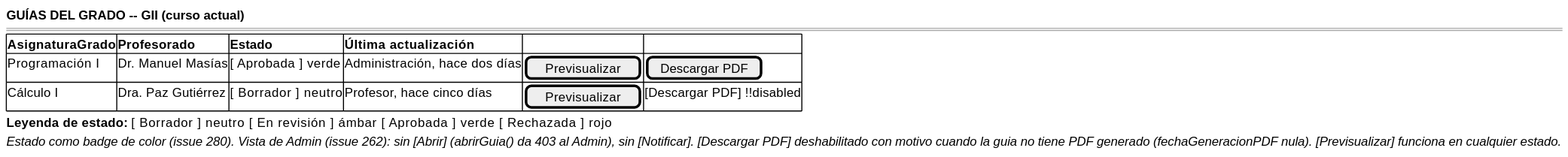
Before: images/RUP/01-requisitos/03-detalle-casos-uso/consultarEstadoGuias/wireframe-admin.svg, a diagram exported from PlantUML (mmasias/pyCeldaPublico). Its diagram source:
```plantuml
@startsalt consultarEstadoGuias-wireframe-admin
{
    <b>GUÍAS DEL GRADO -- GII (curso actual)</b>
    ====
    {#
        <b>AsignaturaGrado | <b>Profesorado | <b>Estado | <b>Última actualización | . | .
        Programación I | Dr. Manuel Masías | [ Aprobada ] verde | Administración, hace dos días | [Previsualizar] | [Descargar PDF]
        Cálculo I | Dra. Paz Gutiérrez | [ Borrador ] neutro | Profesor, hace cinco días | [Previsualizar] | [Descargar PDF] !!disabled
    }
    <b>Leyenda de estado:</b> [ Borrador ] neutro   [ En revisión ] ámbar   [ Aprobada ] verde   [ Rechazada ] rojo
    <i>Estado como badge de color (issue 280). Vista de Admin (issue 262): sin [Abrir] (abrirGuia() da 403 al Admin), sin [Notificar]. [Descargar PDF] deshabilitado con motivo cuando la guia no tiene PDF generado (fechaGeneracionPDF nula). [Previsualizar] funciona en cualquier estado.</i>
}
@endsalt
```
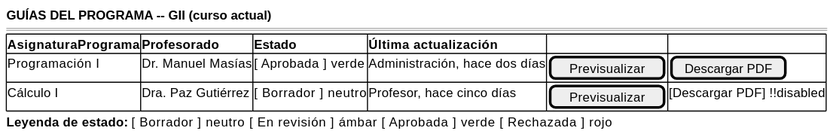
Above is the later version.

What changed in the source:
```diff
@@ -1,13 +1,12 @@
 @startsalt consultarEstadoGuias-wireframe-admin
 {
-    <b>GUÍAS DEL GRADO -- GII (curso actual)</b>
+    <b>GUÍAS DEL PROGRAMA -- GII (curso actual)</b>
     ====
     {#
-        <b>AsignaturaGrado | <b>Profesorado | <b>Estado | <b>Última actualización | . | .
+        <b>AsignaturaPrograma | <b>Profesorado | <b>Estado | <b>Última actualización | . | .
         Programación I | Dr. Manuel Masías | [ Aprobada ] verde | Administración, hace dos días | [Previsualizar] | [Descargar PDF]
         Cálculo I | Dra. Paz Gutiérrez | [ Borrador ] neutro | Profesor, hace cinco días | [Previsualizar] | [Descargar PDF] !!disabled
     }
     <b>Leyenda de estado:</b> [ Borrador ] neutro   [ En revisión ] ámbar   [ Aprobada ] verde   [ Rechazada ] rojo
-    <i>Estado como badge de color (issue 280). Vista de Admin (issue 262): sin [Abrir] (abrirGuia() da 403 al Admin), sin [Notificar]. [Descargar PDF] deshabilitado con motivo cuando la guia no tiene PDF generado (fechaGeneracionPDF nula). [Previsualizar] funciona en cualquier estado.</i>
 }
 @endsalt
```
